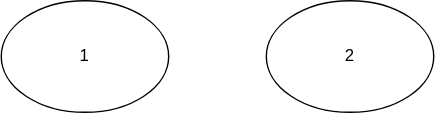
Above: Diagram/diagram.svg in alderg/sandbox (draw.io), before the change. Source tidied: cells renumbered, new cells last; positions are measured from the earlier drawing's top-left corner, leaving out a move shared by most shapes.
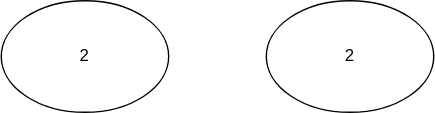
The same file after the commit.

Diff of the diagram source:
```diff
@@ -2,7 +2,7 @@
   <root>
     <mxCell id="0" />
     <mxCell id="1" parent="0" />
-    <mxCell id="2" value="1" style="ellipse;whiteSpace=wrap;html=1;fillColor=none;" parent="1" vertex="1">
+    <mxCell id="2" value="2" style="ellipse;whiteSpace=wrap;html=1;fillColor=none;" parent="1" vertex="1">
       <mxGeometry width="120" height="80" as="geometry" />
     </mxCell>
     <mxCell id="3" value="2" style="ellipse;whiteSpace=wrap;html=1;fillColor=none;" parent="1" vertex="1">
```
